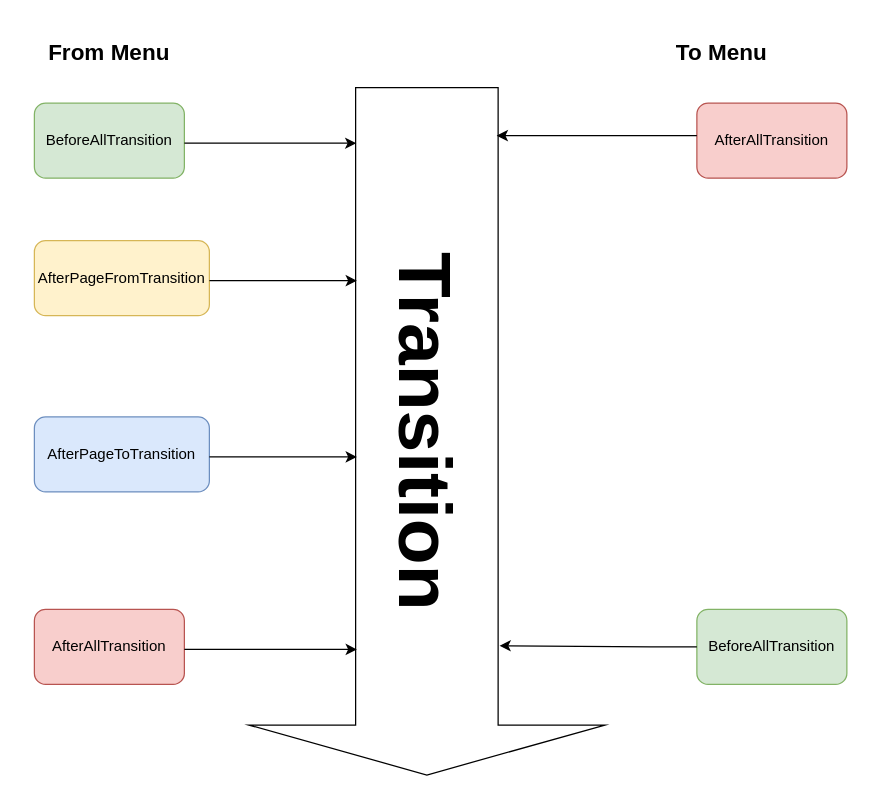
The draw.io diagram page "TransitionOptionSetUnset" (5 of 5) of MenuTransitions.drawio in MikyGus/GodotAddonMenuSystem, before the edit. Source tidied: cells renumbered, new cells numbered last; positions are measured from the earlier drawing's top-left corner, leaving out a move shared by most shapes. Both pictures are drawn from the tidied source at 125%, with x=0, y=0 at pixel (21, 40).
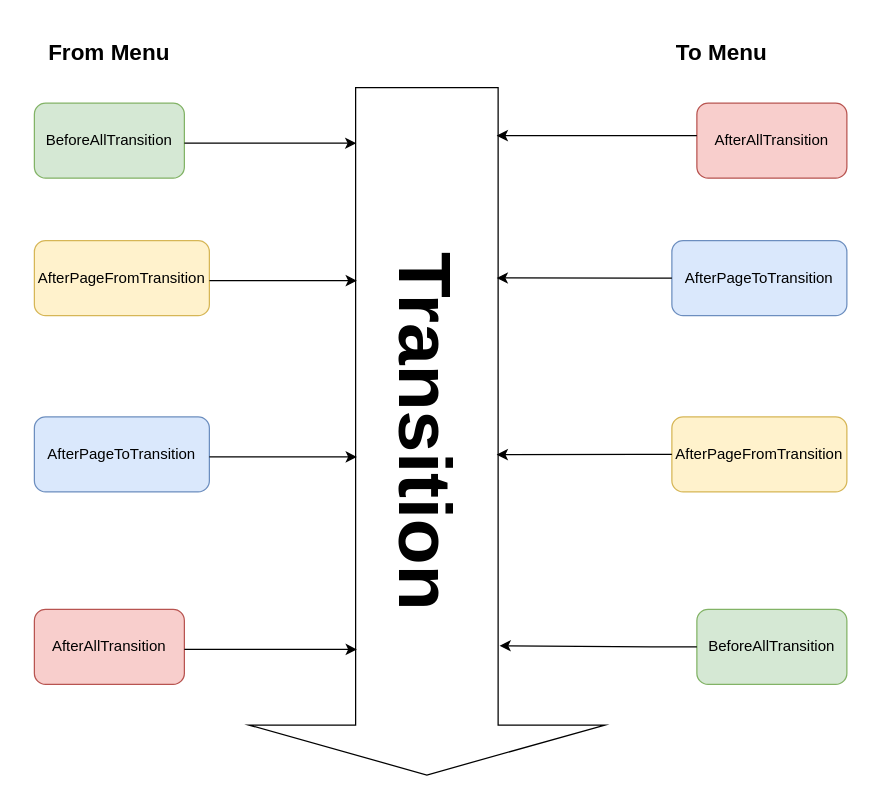
The same diagram, later.

The change refers to these unchanged cells:
```xml
<mxCell id="3" value="&lt;h1 style=&quot;font-size: 60px;&quot;&gt;&lt;font style=&quot;font-size: 60px;&quot;&gt;Transition&lt;/font&gt;&lt;/h1&gt;" style="html=1;shadow=0;dashed=0;align=center;verticalAlign=middle;shape=mxgraph.arrows2.arrow;dy=0.6;dx=40;notch=0;rotation=90;" parent="1" vertex="1">
  <mxGeometry x="49" y="170" width="550" height="285" as="geometry" />
</mxCell>
```

What changed in the source:
```diff
@@
+    <mxCell id="17" value="AfterPageToTransition" style="rounded=1;whiteSpace=wrap;html=1;fillColor=#dae8fc;strokeColor=#6c8ebf;" parent="1" vertex="1">
+      <mxGeometry x="520" y="160" width="140" height="60" as="geometry" />
+    </mxCell>
+    <mxCell id="18" style="edgeStyle=orthogonalEdgeStyle;rounded=0;jettySize=auto;html=1;entryX=0.277;entryY=0.304;entryDx=0;entryDy=0;entryPerimeter=0;" parent="1" edge="1" source="17" target="3">
+      <mxGeometry relative="1" as="geometry" />
+    </mxCell>
+    <mxCell id="19" value="AfterPageFromTransition" style="rounded=1;whiteSpace=wrap;html=1;fillColor=#fff2cc;strokeColor=#d6b656;" parent="1" vertex="1">
+      <mxGeometry x="520" y="301" width="140" height="60" as="geometry" />
+    </mxCell>
+    <mxCell id="20" style="edgeStyle=orthogonalEdgeStyle;rounded=0;jettySize=auto;html=1;entryX=0.534;entryY=0.304;entryDx=0;entryDy=0;entryPerimeter=0;" parent="1" edge="1" source="19" target="3">
+      <mxGeometry relative="1" as="geometry" />
+    </mxCell>
```
